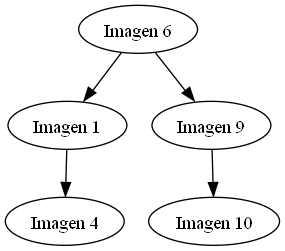
Earlier version of the Graphviz export img/arbolAVL.png (C-FernandoSazo/EDD_PROYECTOF2_202202906). Its source is kept beside it as dot/arbolAVL.dot.
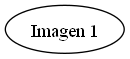
After the commit.

The edit, as a diff of the source:
```diff
@@ -1,11 +1,3 @@
  digraph imagenes {
-6[label="Imagen 6"]
-           6  ->            1
 1[label="Imagen 1"]
-           1  ->            4
-4[label="Imagen 4"]
-           6  ->            9
-9[label="Imagen 9"]
-           9  ->           10
-10[label="Imagen 10"]
  }
```
